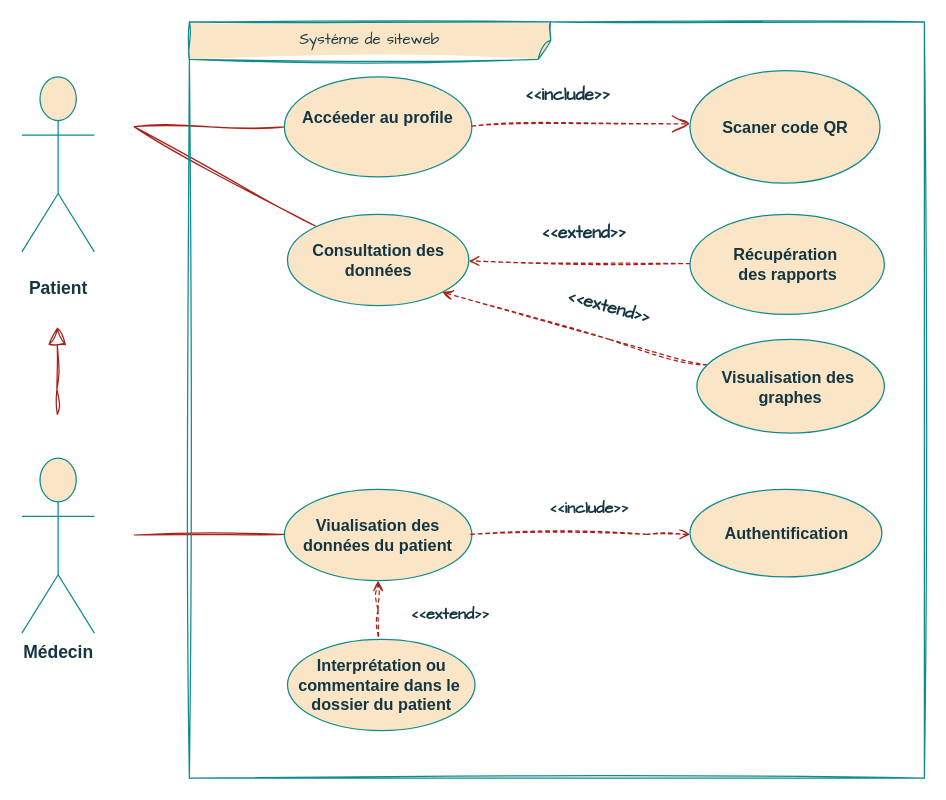
Earlier version of the draw.io diagram page "Page-2" (2 of 4) of Untitled Diagram.drawio (Marwajd/DIAGRAMS). Source tidied: cells renumbered, new cells numbered last; positions are measured from the earlier drawing's top-left corner, leaving out a move shared by most shapes. Both pictures are drawn from the tidied source at 125%, with x=0, y=0 at pixel (21, 21).
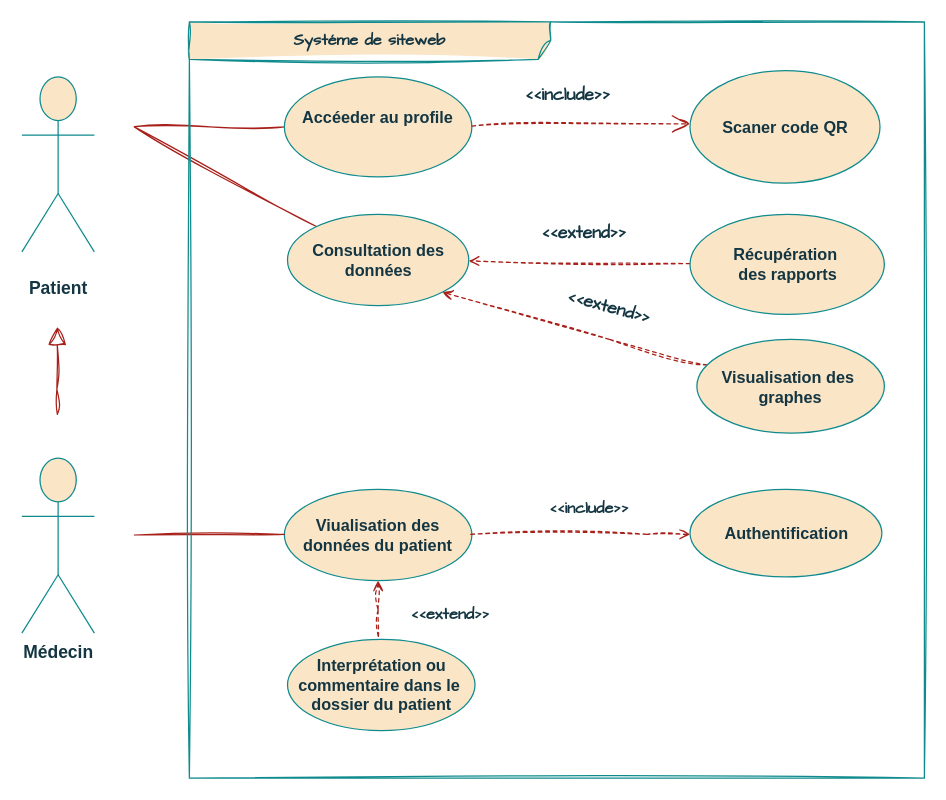
The same diagram, later.

What changed in the source:
```diff
@@
-    <mxCell id="26" value="Systéme de siteweb" style="shape=umlFrame;whiteSpace=wrap;html=1;sketch=1;hachureGap=4;jiggle=2;curveFitting=1;fontFamily=Architects Daughter;width=289;height=30;fillStyle=solid;labelBackgroundColor=none;fillColor=#FAE5C7;strokeColor=#0F8B8D;fontColor=#143642;" parent="1" vertex="1">
+    <mxCell id="26" value="&lt;font style=&quot;font-size: 13px;&quot;&gt;&lt;b&gt;Systéme de siteweb&lt;/b&gt;&lt;/font&gt;" style="shape=umlFrame;whiteSpace=wrap;html=1;sketch=1;hachureGap=4;jiggle=2;curveFitting=1;fontFamily=Architects Daughter;width=289;height=30;fillStyle=solid;labelBackgroundColor=none;fillColor=#FAE5C7;strokeColor=#0F8B8D;fontColor=#143642;" parent="1" vertex="1">
       <mxGeometry x="134" width="588" height="605" as="geometry" />
     </mxCell>
```
